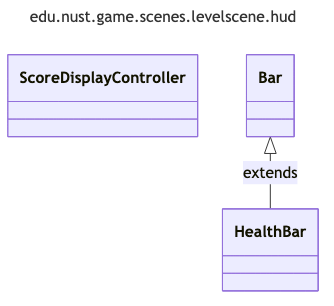
The Mermaid diagram uml/generated/png/package_edu_nust_game_scenes_levelscene_hud.png in zombie-zero-nust/zombie-zero, before a commit. Its source is kept beside it as uml/generated/mmd/package_edu_nust_game_scenes_levelscene_hud.mmd.
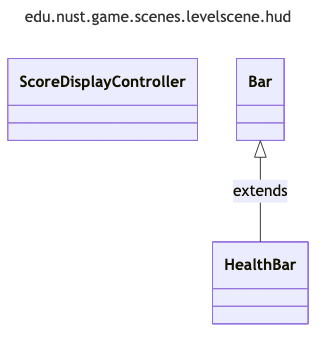
After the change.

The edit, as a diff of the source:
```diff
@@ -2,14 +2,14 @@
 title: edu.nust.game.scenes.levelscene.hud
 config:
   look: classic
-  layout: dagre
+  layout: elk
   flowchart:
     curve: linear
   class:
     defaultRenderer: dagre-wrapper
 ---
 classDiagram
-class HealthBar
-class ScoreDisplayController
-class Bar
+  class ScoreDisplayController
+  class HealthBar
+  class Bar
 Bar <|-- HealthBar : extends
```
